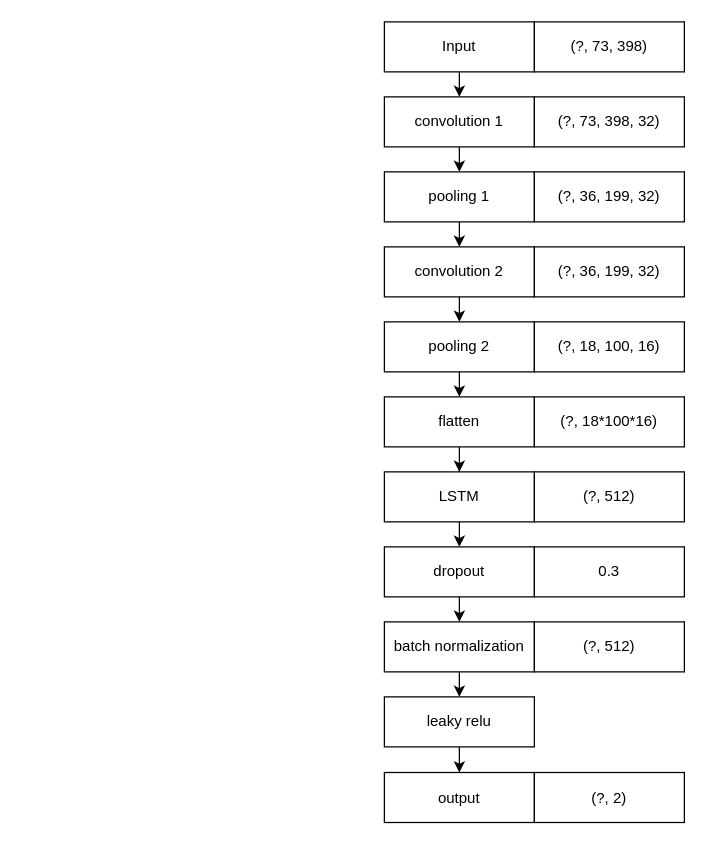
Above: Report/drawio/CNN+BiLSTM.drawio in AkaiKen/Drug-Molecular-Toxicity-Prediction (draw.io), before the change. Source tidied: cells renumbered, new cells numbered last; positions are measured from the earlier drawing's top-left corner, leaving out a move shared by most shapes. Both pictures are drawn from the tidied source at 125%, with x=0, y=0 at pixel (384, 21).
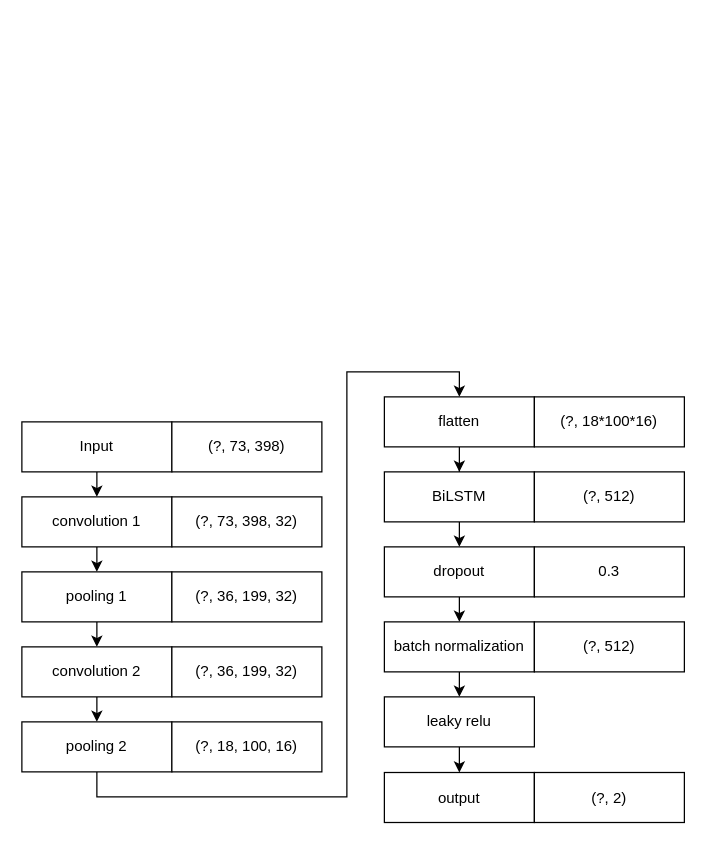
The same page after the edit.

Unchanged cells that the change refers to:
```xml
<mxCell id="11" value="flatten" style="rounded=0;whiteSpace=wrap;html=1;" parent="1" vertex="1">
  <mxGeometry y="300" width="120" height="40" as="geometry" />
</mxCell>
```

Change to the diagram source:
```diff
@@
     <mxCell id="3" value="convolution 1" style="rounded=0;whiteSpace=wrap;html=1;" parent="1" vertex="1">
-      <mxGeometry y="60" width="120" height="40" as="geometry" />
+      <mxGeometry x="-290" y="380" width="120" height="40" as="geometry" />
     </mxCell>
@@
     <mxCell id="5" value="pooling 1" style="rounded=0;whiteSpace=wrap;html=1;" parent="1" vertex="1">
-      <mxGeometry y="120" width="120" height="40" as="geometry" />
+      <mxGeometry x="-290" y="440" width="120" height="40" as="geometry" />
     </mxCell>
@@
     <mxCell id="7" value="convolution 2" style="rounded=0;whiteSpace=wrap;html=1;" parent="1" vertex="1">
-      <mxGeometry y="180" width="120" height="40" as="geometry" />
+      <mxGeometry x="-290" y="500" width="120" height="40" as="geometry" />
     </mxCell>
     <mxCell id="8" style="edgeStyle=orthogonalEdgeStyle;rounded=0;jettySize=auto;html=1;exitX=0.5;exitY=1;exitDx=0;exitDy=0;entryX=0.5;entryY=0;entryDx=0;entryDy=0;" parent="1" edge="1" source="9" target="11">
-      <mxGeometry relative="1" as="geometry" />
+      <mxGeometry relative="1" as="geometry">
+        <Array as="points">
+          <mxPoint x="-230" y="620" />
+          <mxPoint x="-30" y="620" />
+          <mxPoint x="-30" y="280" />
+          <mxPoint x="60" y="280" />
+        </Array>
+      </mxGeometry>
     </mxCell>
     <mxCell id="9" value="pooling 2" style="rounded=0;whiteSpace=wrap;html=1;" parent="1" vertex="1">
-      <mxGeometry y="240" width="120" height="40" as="geometry" />
+      <mxGeometry x="-290" y="560" width="120" height="40" as="geometry" />
     </mxCell>
@@
-    <mxCell id="13" value="LSTM" style="rounded=0;whiteSpace=wrap;html=1;" parent="1" vertex="1">
+    <mxCell id="13" value="BiLSTM" style="rounded=0;whiteSpace=wrap;html=1;" parent="1" vertex="1">
       <mxGeometry y="360" width="120" height="40" as="geometry" />
     </mxCell>
@@
     <mxCell id="21" value="(?, 73, 398, 32)" style="rounded=0;whiteSpace=wrap;html=1;" parent="1" vertex="1">
-      <mxGeometry x="120" y="60" width="120" height="40" as="geometry" />
+      <mxGeometry x="-170" y="380" width="120" height="40" as="geometry" />
     </mxCell>
     <mxCell id="22" value="(?, 36, 199, 32)" style="rounded=0;whiteSpace=wrap;html=1;" parent="1" vertex="1">
-      <mxGeometry x="120" y="120" width="120" height="40" as="geometry" />
+      <mxGeometry x="-170" y="440" width="120" height="40" as="geometry" />
     </mxCell>
@@
     <mxCell id="24" value="Input" style="rounded=0;whiteSpace=wrap;html=1;" parent="1" vertex="1">
-      <mxGeometry width="120" height="40" as="geometry" />
+      <mxGeometry x="-290" y="320" width="120" height="40" as="geometry" />
     </mxCell>
     <mxCell id="25" value="(?, 73, 398)" style="rounded=0;whiteSpace=wrap;html=1;" parent="1" vertex="1">
-      <mxGeometry x="120" width="120" height="40" as="geometry" />
+      <mxGeometry x="-170" y="320" width="120" height="40" as="geometry" />
     </mxCell>
     <mxCell id="26" value="(?, 36, 199, 32)" style="rounded=0;whiteSpace=wrap;html=1;" parent="1" vertex="1">
-      <mxGeometry x="120" y="180" width="120" height="40" as="geometry" />
+      <mxGeometry x="-170" y="500" width="120" height="40" as="geometry" />
     </mxCell>
     <mxCell id="27" value="(?, 18, 100, 16)" style="rounded=0;whiteSpace=wrap;html=1;" parent="1" vertex="1">
-      <mxGeometry x="120" y="240" width="120" height="40" as="geometry" />
+      <mxGeometry x="-170" y="560" width="120" height="40" as="geometry" />
     </mxCell>
```
